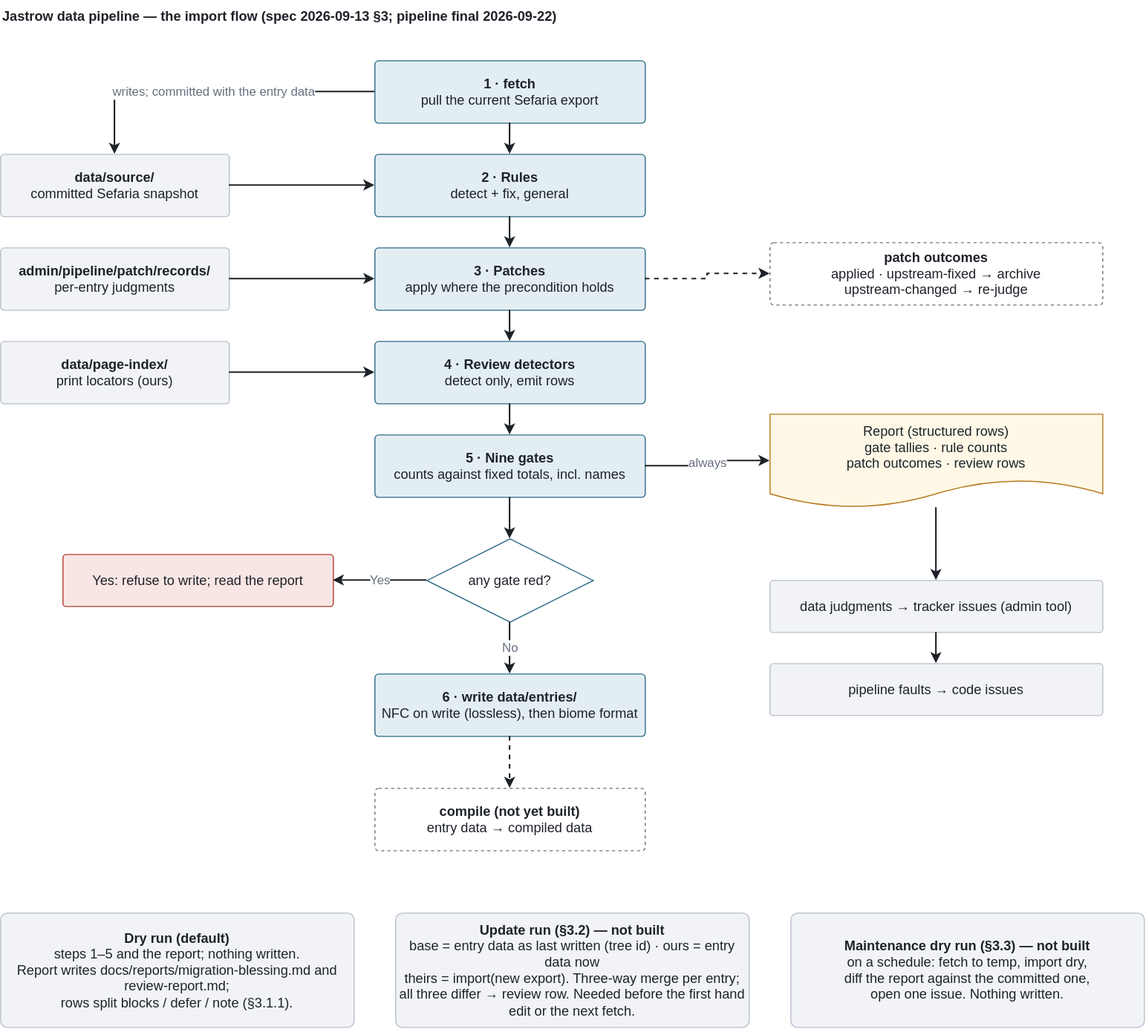
Above: docs/pipeline-flow.drawio.svg in UniquePixels/jastrow (draw.io), before the change. Source tidied: cells renumbered, new cells last; positions are measured from the earlier drawing's top-left corner, leaving out a move shared by most shapes.
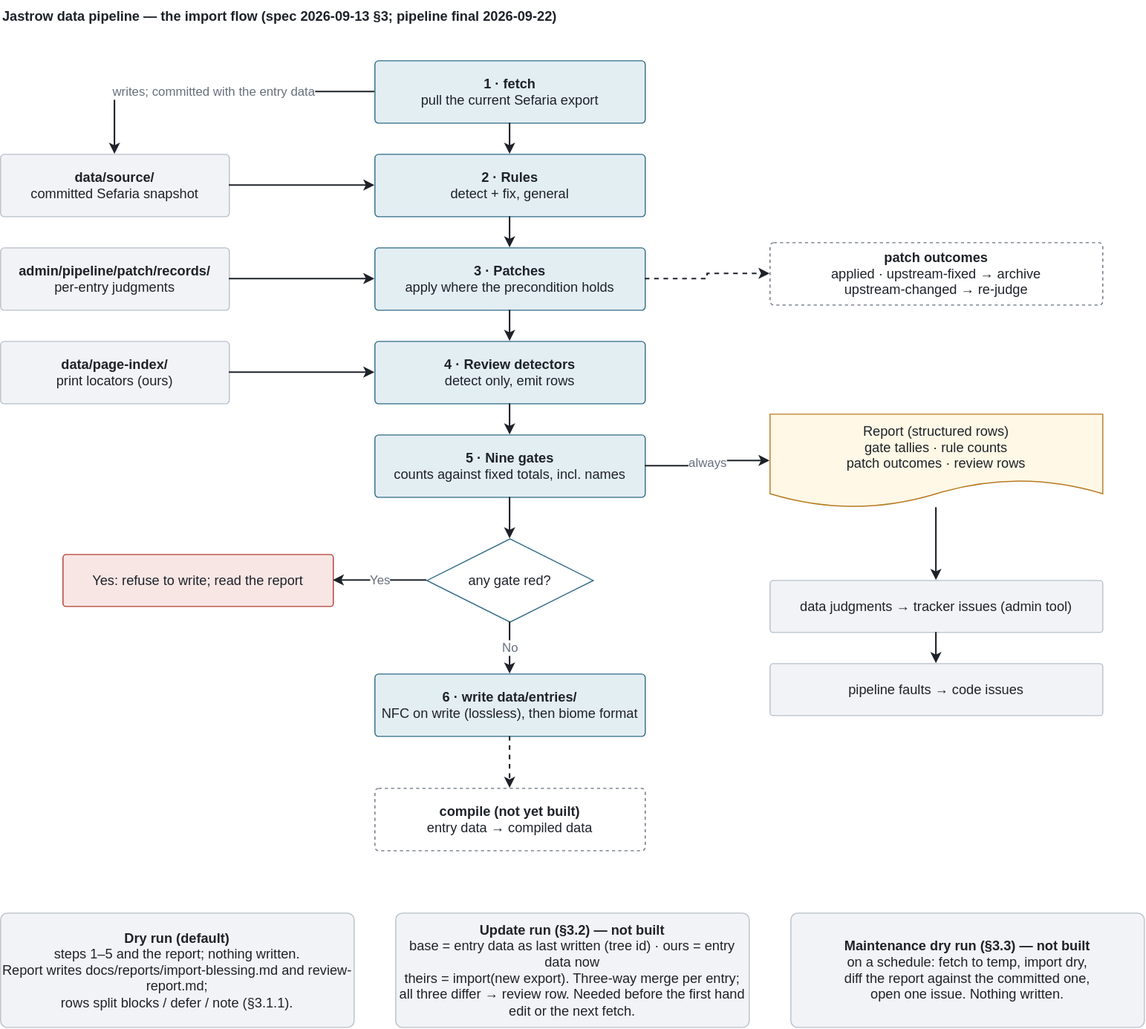
After the change.

Commit message:
📖 doc(pipeline): describe the import by its name

Diff of the diagram source:
```diff
@@ -53,7 +53,7 @@
     <mxCell id="18" value="pipeline faults → code issues" style="rounded=1;arcSize=6;whiteSpace=wrap;html=1;fontFamily=Helvetica;fontSize=13;fontColor=#1E2229;fillColor=#F1F3F6;strokeColor=#B8C0CA;" parent="1" vertex="1">
       <mxGeometry x="740" y="638" width="320" height="50" as="geometry" />
     </mxCell>
-    <mxCell id="19" value="&lt;b&gt;Dry run (default)&lt;/b&gt;&lt;br&gt;steps 1–5 and the report; nothing written.&lt;br&gt;Report writes docs/reports/migration-blessing.md and review-report.md;&lt;br&gt;rows split blocks / defer / note (§3.1.1)." style="rounded=1;arcSize=6;whiteSpace=wrap;html=1;fontFamily=Helvetica;fontSize=13;fontColor=#1E2229;fillColor=#F1F3F6;strokeColor=#B8C0CA;" parent="1" vertex="1">
+    <mxCell id="19" value="&lt;b&gt;Dry run (default)&lt;/b&gt;&lt;br&gt;steps 1–5 and the report; nothing written.&lt;br&gt;Report writes docs/reports/import-blessing.md and review-report.md;&lt;br&gt;rows split blocks / defer / note (§3.1.1)." style="rounded=1;arcSize=6;whiteSpace=wrap;html=1;fontFamily=Helvetica;fontSize=13;fontColor=#1E2229;fillColor=#F1F3F6;strokeColor=#B8C0CA;" parent="1" vertex="1">
       <mxGeometry y="878" width="340" height="110" as="geometry" />
     </mxCell>
     <mxCell id="20" value="&lt;b&gt;Update run (§3.2) — not built&lt;/b&gt;&lt;br&gt;base = entry data as last written (tree id) · ours = entry data now&lt;br&gt;theirs = import(new export). Three-way merge per entry;&lt;br&gt;all three differ → review row. Needed before the first hand edit or the next fetch." style="rounded=1;arcSize=6;whiteSpace=wrap;html=1;fontFamily=Helvetica;fontSize=13;fontColor=#1E2229;fillColor=#F1F3F6;strokeColor=#B8C0CA;" parent="1" vertex="1">
```
